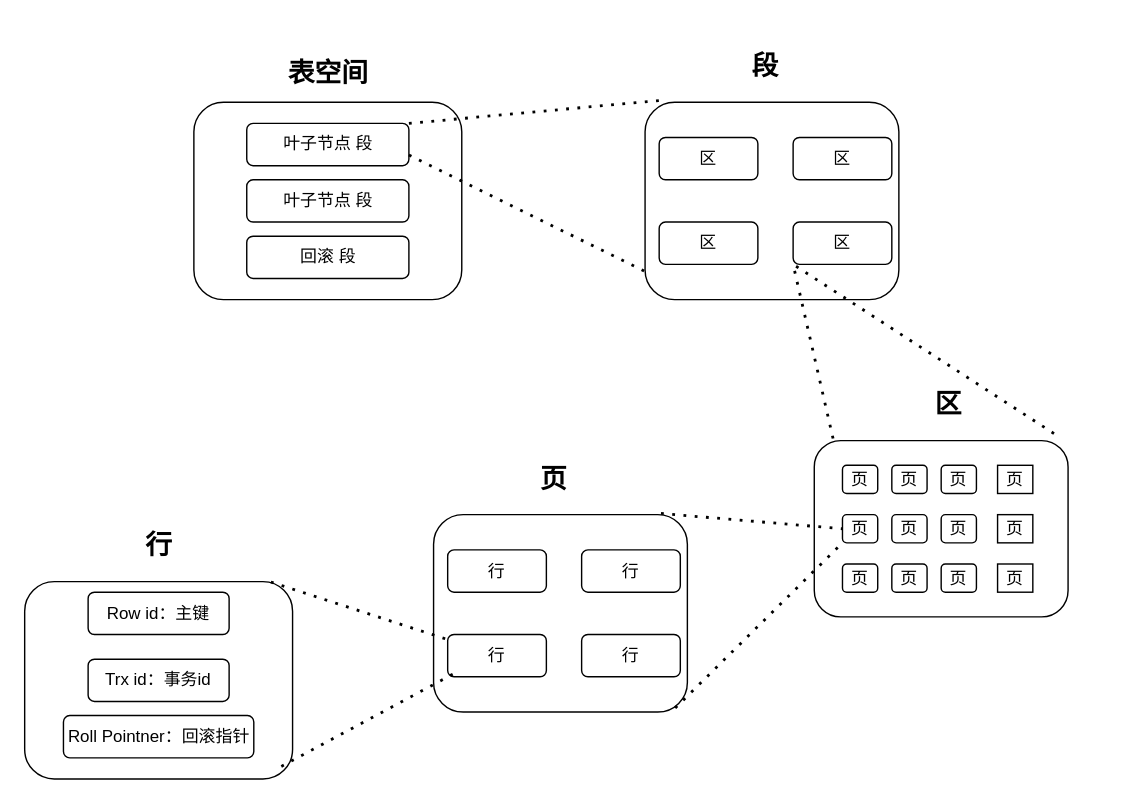
haipeng-lin/drawIo keeps this draw.io diagram as 未命名绘图.drawio. Above is the earlier version. Source tidied: cells renumbered, new cells numbered last; positions are measured from the earlier drawing's top-left corner, leaving out a move shared by most shapes. Both pictures are drawn from the tidied source at 141%, with x=0, y=0 at pixel (24, 38).
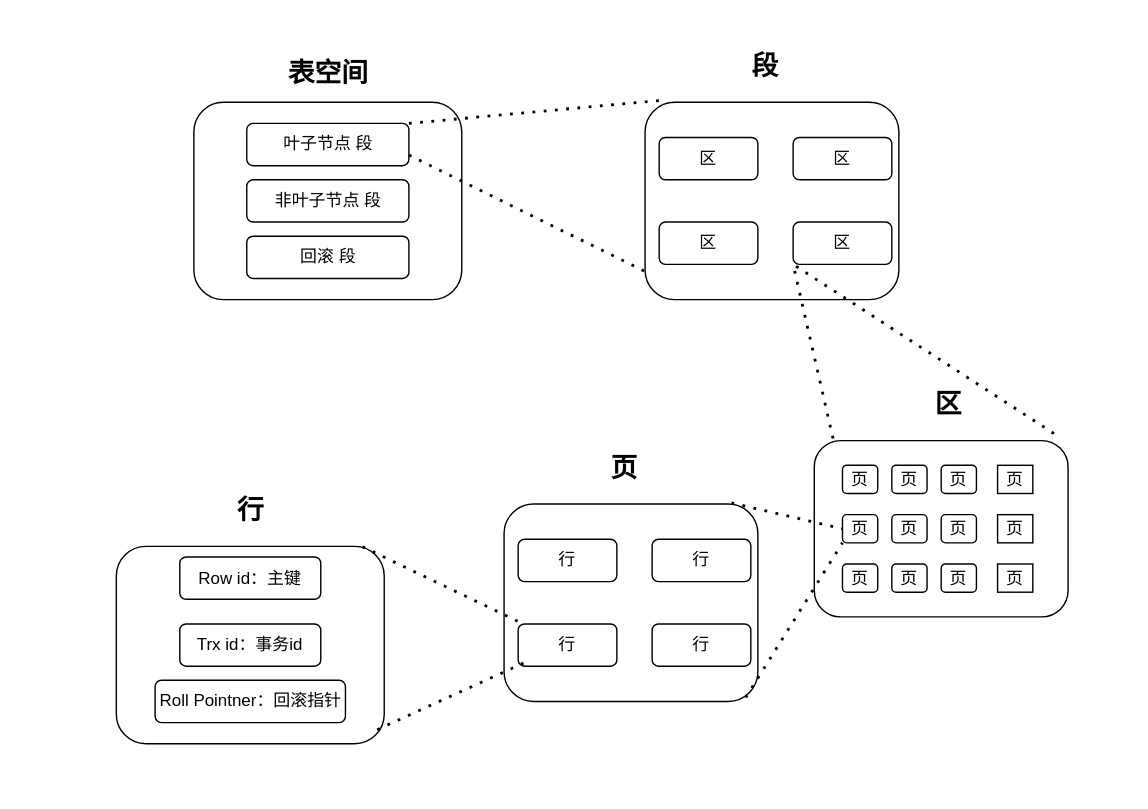
After the change.

Commit message:
更新未命名绘图.drawio

Change to the diagram source:
```diff
@@
+    <mxCell id="46" style="rounded=0;whiteSpace=wrap;html=1;strokeColor=none;" parent="1" vertex="1">
+      <mxGeometry x="30" y="-10" width="750" height="540" as="geometry" />
+    </mxCell>
@@
-    <mxCell id="4" value="叶子节点 段" style="rounded=1;whiteSpace=wrap;html=1;glass=0;strokeWidth=1;shadow=0;" parent="1" vertex="1">
+    <mxCell id="4" value="非叶子节点 段" style="rounded=1;whiteSpace=wrap;html=1;glass=0;strokeWidth=1;shadow=0;" parent="1" vertex="1">
       <mxGeometry x="157.5" y="100" width="115" height="30" as="geometry" />
     </mxCell>
@@
     <mxCell id="18" style="rounded=1;whiteSpace=wrap;html=1;glass=0;strokeWidth=1;shadow=0;" parent="1" vertex="1">
-      <mxGeometry x="290" y="337.5" width="180" height="140" as="geometry" />
+      <mxGeometry x="340" y="330" width="180" height="140" as="geometry" />
     </mxCell>
     <mxCell id="19" value="&lt;span style=&quot;font-size: 19px;&quot;&gt;&lt;b&gt;页&lt;/b&gt;&lt;/span&gt;" style="text;html=1;align=center;verticalAlign=middle;strokeColor=none;fillColor=none;" parent="1" vertex="1">
-      <mxGeometry x="355" y="292.5" width="40" height="40" as="geometry" />
+      <mxGeometry x="405" y="285" width="40" height="40" as="geometry" />
     </mxCell>
     <mxCell id="20" value="行" style="rounded=1;whiteSpace=wrap;html=1;glass=0;strokeWidth=1;shadow=0;" parent="1" vertex="1">
-      <mxGeometry x="300" y="362.5" width="70" height="30" as="geometry" />
+      <mxGeometry x="350" y="355" width="70" height="30" as="geometry" />
     </mxCell>
     <mxCell id="21" value="行" style="rounded=1;whiteSpace=wrap;html=1;glass=0;strokeWidth=1;shadow=0;" parent="1" vertex="1">
-      <mxGeometry x="395" y="362.5" width="70" height="30" as="geometry" />
+      <mxGeometry x="445" y="355" width="70" height="30" as="geometry" />
     </mxCell>
     <mxCell id="22" value="行" style="rounded=1;whiteSpace=wrap;html=1;glass=0;strokeWidth=1;shadow=0;" parent="1" vertex="1">
-      <mxGeometry x="300" y="422.5" width="70" height="30" as="geometry" />
+      <mxGeometry x="350" y="415" width="70" height="30" as="geometry" />
     </mxCell>
     <mxCell id="23" value="行" style="rounded=1;whiteSpace=wrap;html=1;glass=0;strokeWidth=1;shadow=0;" parent="1" vertex="1">
-      <mxGeometry x="395" y="422.5" width="70" height="30" as="geometry" />
+      <mxGeometry x="445" y="415" width="70" height="30" as="geometry" />
     </mxCell>
     <mxCell id="24" style="rounded=1;whiteSpace=wrap;html=1;glass=0;strokeWidth=1;shadow=0;" parent="1" vertex="1">
-      <mxGeometry y="385" width="190" height="140" as="geometry" />
+      <mxGeometry x="65" y="360" width="190" height="140" as="geometry" />
     </mxCell>
     <mxCell id="25" value="&lt;span style=&quot;font-size: 19px;&quot;&gt;&lt;b&gt;行&lt;/b&gt;&lt;/span&gt;" style="text;html=1;align=center;verticalAlign=middle;strokeColor=none;fillColor=none;" parent="1" vertex="1">
-      <mxGeometry x="75" y="340" width="40" height="40" as="geometry" />
+      <mxGeometry x="140" y="315" width="40" height="40" as="geometry" />
     </mxCell>
     <mxCell id="26" value="Row id：主键" style="rounded=1;whiteSpace=wrap;html=1;glass=0;strokeWidth=1;shadow=0;" parent="1" vertex="1">
-      <mxGeometry x="45" y="392.5" width="100" height="30" as="geometry" />
+      <mxGeometry x="110" y="367.5" width="100" height="30" as="geometry" />
     </mxCell>
@@
     <mxCell id="42" value="Trx id：事务id" style="rounded=1;whiteSpace=wrap;html=1;glass=0;strokeWidth=1;shadow=0;" parent="1" vertex="1">
-      <mxGeometry x="45" y="440" width="100" height="30" as="geometry" />
+      <mxGeometry x="110" y="415" width="100" height="30" as="geometry" />
     </mxCell>
     <mxCell id="43" value="Roll Pointner：回滚指针" style="rounded=1;whiteSpace=wrap;html=1;glass=0;strokeWidth=1;shadow=0;" parent="1" vertex="1">
-      <mxGeometry x="27.5" y="480" width="135" height="30" as="geometry" />
+      <mxGeometry x="92.5" y="455" width="135" height="30" as="geometry" />
     </mxCell>
@@
-    <mxCell id="45" style="endArrow=none;dashed=1;html=1;dashPattern=1 3;strokeWidth=2;rounded=0;entryX=0.105;entryY=0.872;entryDx=0;entryDy=0;entryPerimeter=0;exitX=0.958;exitY=0.936;exitDx=0;exitDy=0;exitPerimeter=0;" parent="1" edge="1" source="24" target="22">
-      <mxGeometry relative="1" as="geometry" />
+    <mxCell id="45" style="endArrow=none;dashed=1;html=1;dashPattern=1 3;strokeWidth=2;rounded=0;entryX=0.105;entryY=0.872;entryDx=0;entryDy=0;entryPerimeter=0;" parent="1" edge="1" target="22">
+      <mxGeometry relative="1" as="geometry">
+        <mxPoint x="250" y="490" as="sourcePoint" />
+      </mxGeometry>
     </mxCell>
```
